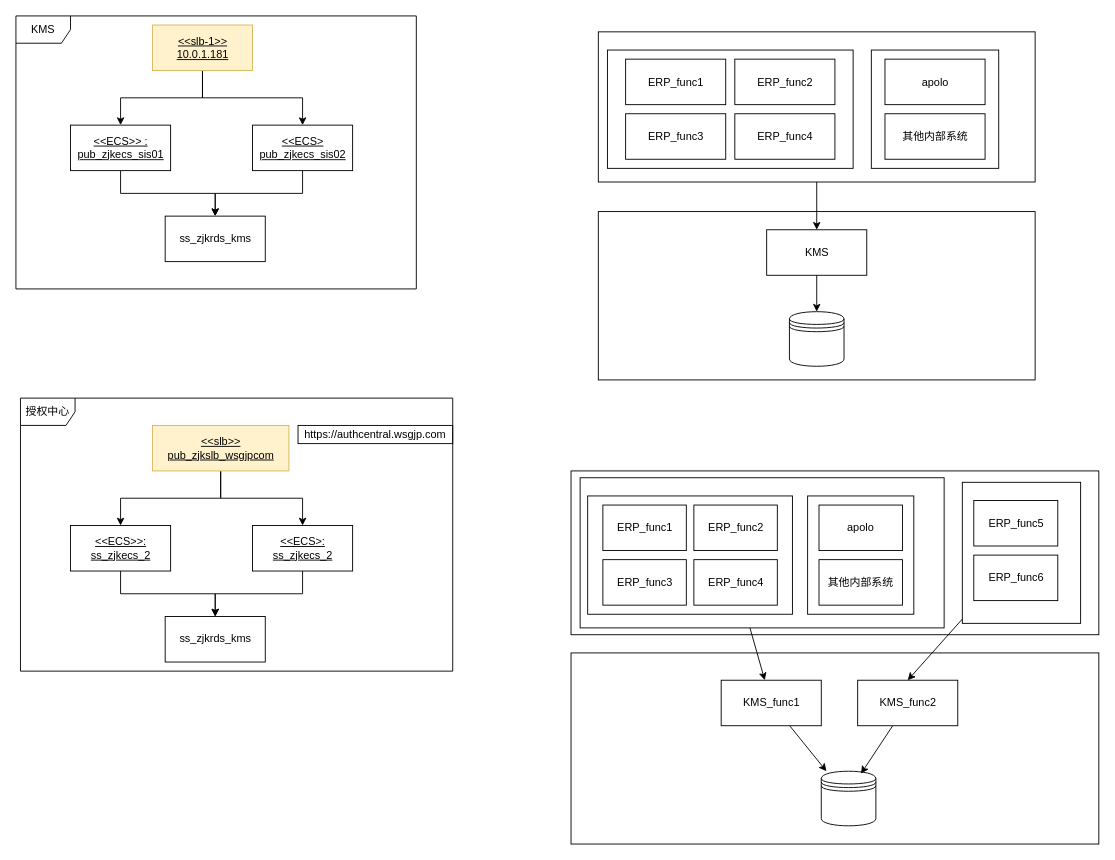
The draw.io diagram page "KMS&授权中心" (2 of 6) of devops.drawio in mashifei/uml, before the edit. Source tidied: cells renumbered, new cells numbered last; positions are measured from the earlier drawing's top-left corner, leaving out a move shared by most shapes. Both pictures are drawn from the tidied source at 91%, with x=0, y=0 at pixel (15, 15).
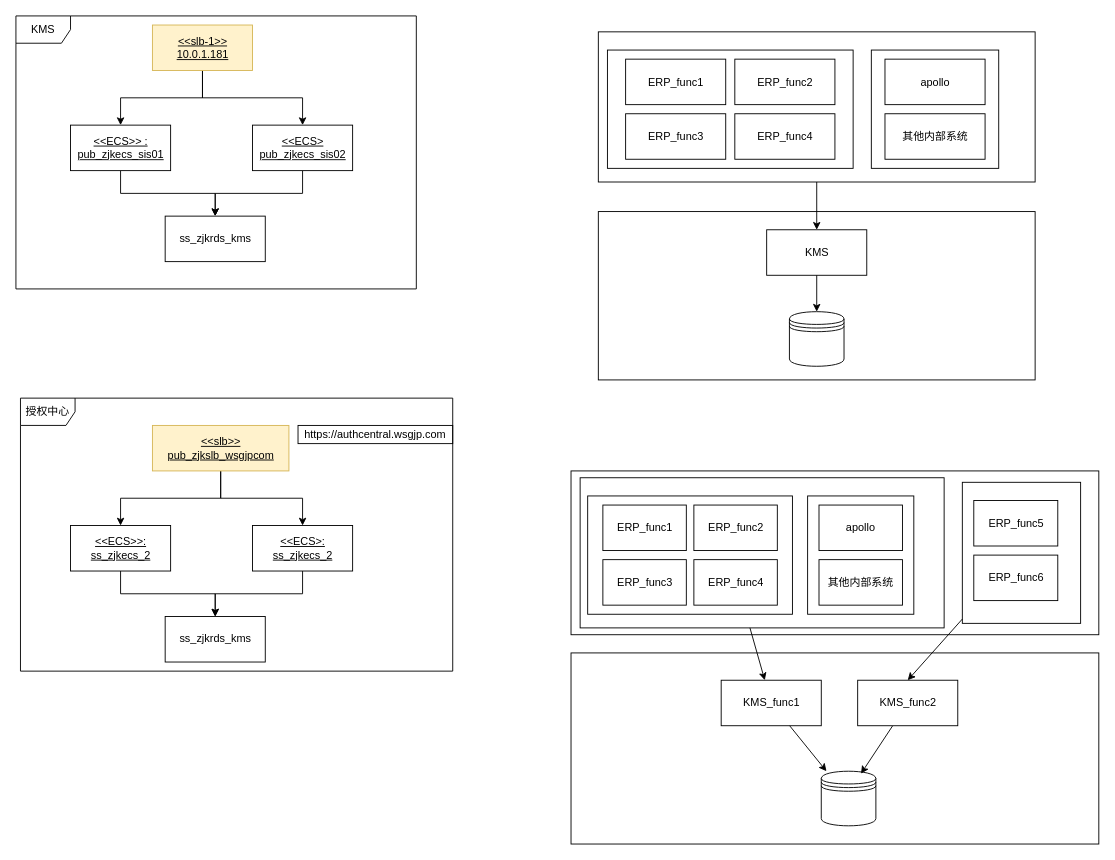
The same diagram, later.

Unchanged cells that the change refers to:
```xml
<mxCell id="16" style="group;" parent="10" vertex="1">
  <mxGeometry x="290" width="140" height="130" as="geometry" />
</mxCell>
<mxCell id="36" style="group;" parent="30" vertex="1">
  <mxGeometry x="241.7" width="116.7" height="130" as="geometry" />
</mxCell>
```

Change to the diagram source:
```diff
@@
-    <mxCell id="18" value="apolo" style="html=1;" parent="16" vertex="1">
+    <mxCell id="18" value="apollo" style="html=1;" parent="16" vertex="1">
       <mxGeometry x="15" y="10" width="110" height="50" as="geometry" />
     </mxCell>
@@
-    <mxCell id="38" value="apolo" style="html=1;" parent="36" vertex="1">
+    <mxCell id="38" value="apollo" style="html=1;" parent="36" vertex="1">
       <mxGeometry x="12.5" y="10" width="91.7" height="50" as="geometry" />
     </mxCell>
```
